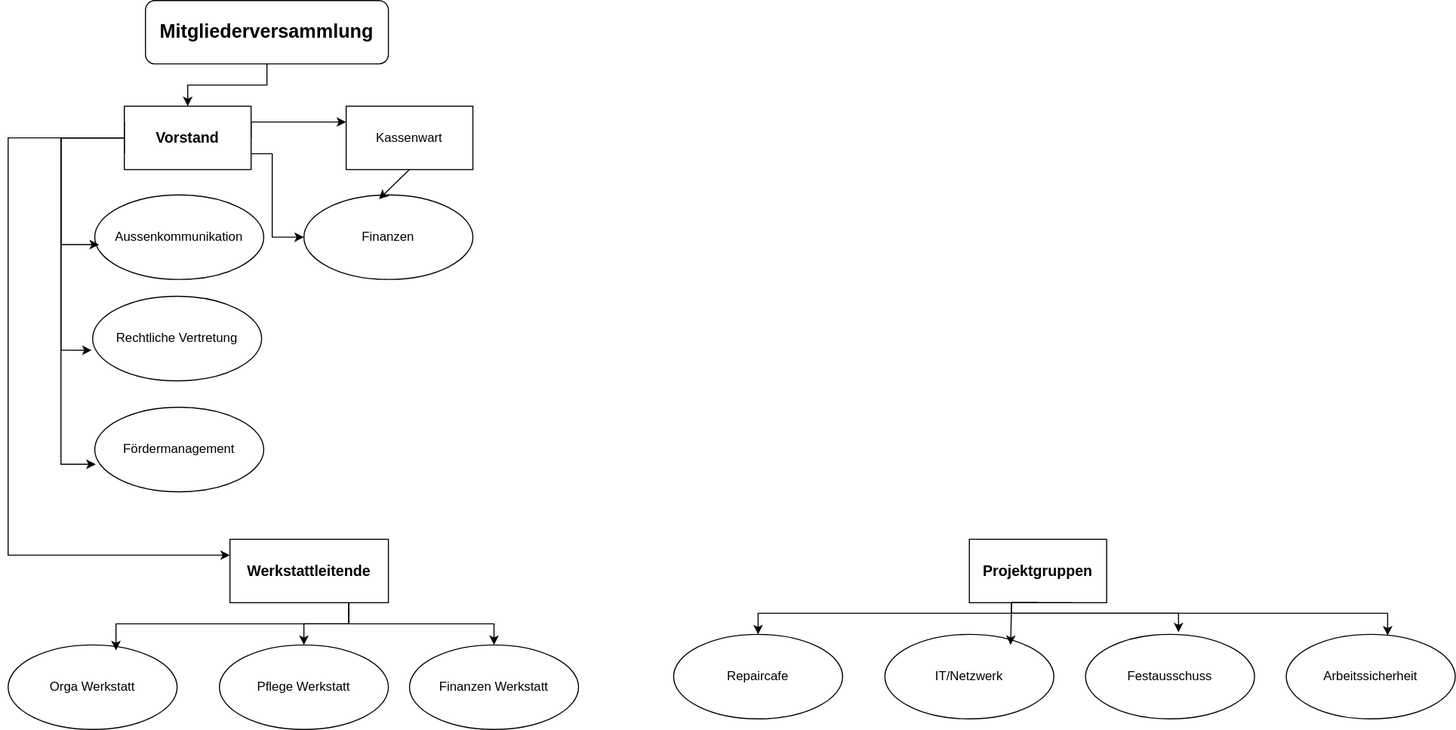
garagelab-dus/organigram keeps this draw.io diagram as Garagelab.drawio.svg. Above is the earlier version. Source tidied: cells renumbered, new cells last; positions are measured from the earlier drawing's top-left corner, leaving out a move shared by most shapes.
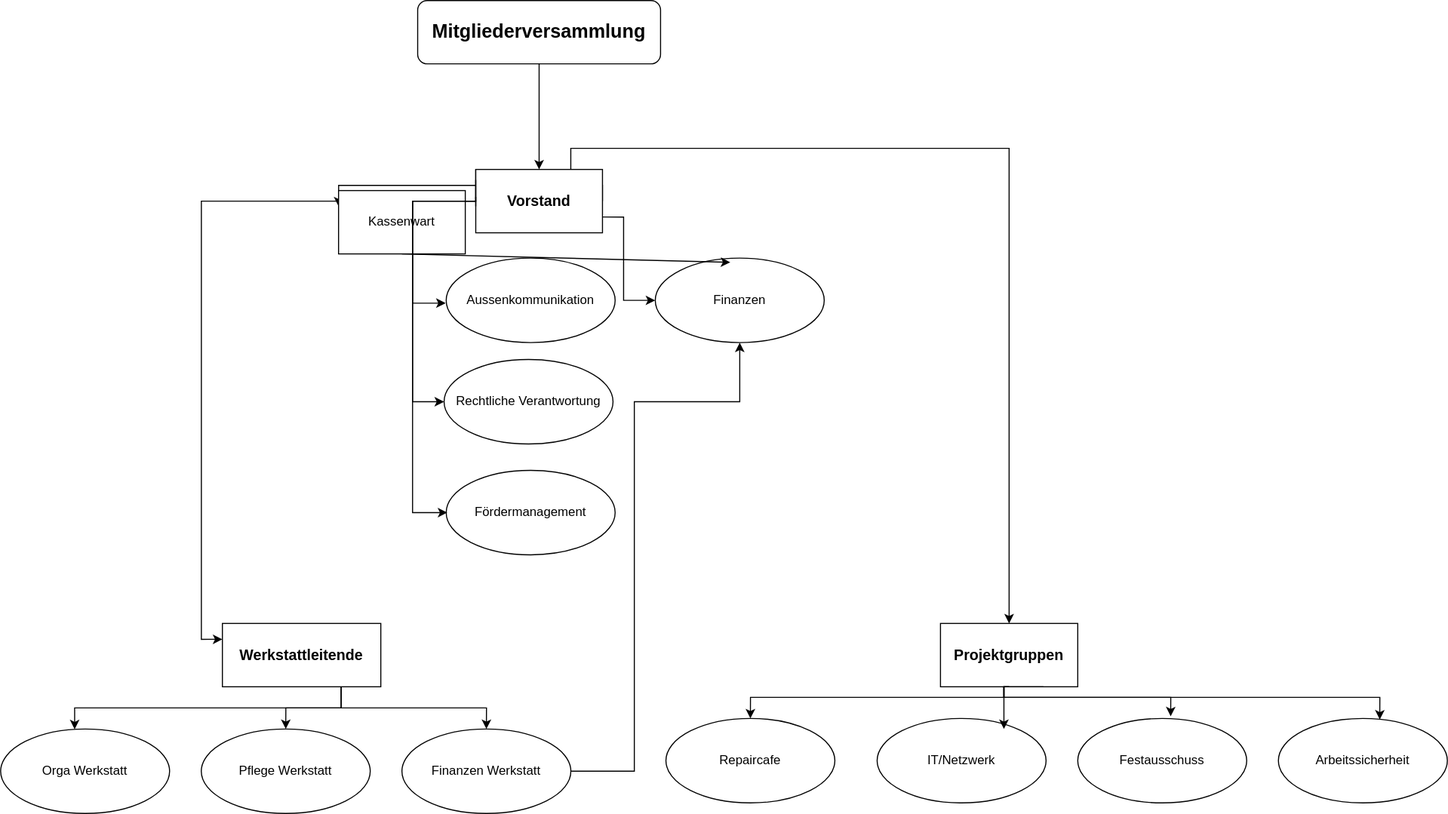
Above is the later version.

What changed in the source:
```diff
@@ -5,27 +5,30 @@
     <mxCell id="2" style="edgeStyle=orthogonalEdgeStyle;rounded=0;jettySize=auto;html=1;exitX=1;exitY=0.5;exitDx=0;exitDy=0;entryX=0;entryY=0.25;entryDx=0;entryDy=0;" parent="1" edge="1" source="4" target="6">
       <mxGeometry relative="1" as="geometry">
         <Array as="points">
-          <mxPoint x="230" y="115" />
+          <mxPoint x="569.9" y="95" />
         </Array>
       </mxGeometry>
     </mxCell>
     <mxCell id="3" style="edgeStyle=orthogonalEdgeStyle;rounded=0;jettySize=auto;html=1;exitX=0;exitY=0;exitDx=0;exitDy=0;entryX=0;entryY=0.25;entryDx=0;entryDy=0;" parent="1" edge="1" source="4" target="16">
       <mxGeometry relative="1" as="geometry">
         <Array as="points">
-          <mxPoint x="110" y="130" />
-          <mxPoint y="130" />
-          <mxPoint y="525" />
+          <mxPoint x="450" y="110" />
+          <mxPoint x="190" y="110" />
+          <mxPoint x="190" y="525" />
         </Array>
       </mxGeometry>
     </mxCell>
+    <mxCell id="33" style="edgeStyle=orthogonalEdgeStyle;rounded=0;jettySize=auto;html=1;exitX=0.75;exitY=0;exitDx=0;exitDy=0;entryX=0.5;entryY=0;entryDx=0;entryDy=0;" parent="1" edge="1" source="4" target="25">
+      <mxGeometry relative="1" as="geometry" />
+    </mxCell>
     <mxCell id="4" value="&lt;h3&gt;Vorstand&lt;/h3&gt;" style="rounded=0;whiteSpace=wrap;html=1;" parent="1" vertex="1">
-      <mxGeometry x="110" y="100" width="120" height="60" as="geometry" />
+      <mxGeometry x="449.9" y="80" width="120" height="60" as="geometry" />
     </mxCell>
     <mxCell id="5" style="edgeStyle=orthogonalEdgeStyle;rounded=0;jettySize=auto;html=1;entryX=0;entryY=0.5;entryDx=0;entryDy=0;exitX=1;exitY=0.75;exitDx=0;exitDy=0;" parent="1" edge="1" source="4" target="10">
       <mxGeometry relative="1" as="geometry">
         <Array as="points">
-          <mxPoint x="250" y="145" />
-          <mxPoint x="250" y="224" />
+          <mxPoint x="589.9" y="125" />
+          <mxPoint x="589.9" y="204" />
         </Array>
       </mxGeometry>
     </mxCell>
@@ -36,19 +39,19 @@
       <mxGeometry relative="1" as="geometry" />
     </mxCell>
     <mxCell id="8" value="&lt;h2&gt;Mitgliederversammlung&lt;/h2&gt;" style="rounded=1;whiteSpace=wrap;html=1;" parent="1" vertex="1">
-      <mxGeometry x="130" width="230" height="60" as="geometry" />
+      <mxGeometry x="394.9" y="-80" width="230" height="60" as="geometry" />
     </mxCell>
     <mxCell id="9" value="Aussenkommunikation" style="ellipse;whiteSpace=wrap;html=1;" parent="1" vertex="1">
-      <mxGeometry x="82" y="184" width="160" height="80" as="geometry" />
+      <mxGeometry x="421.9" y="164" width="160" height="80" as="geometry" />
     </mxCell>
     <mxCell id="10" value="Finanzen" style="ellipse;whiteSpace=wrap;html=1;" parent="1" vertex="1">
-      <mxGeometry x="280" y="184" width="160" height="80" as="geometry" />
+      <mxGeometry x="619.9" y="164" width="160" height="80" as="geometry" />
     </mxCell>
-    <mxCell id="11" value="Rechtliche Vertretung" style="ellipse;whiteSpace=wrap;html=1;" parent="1" vertex="1">
-      <mxGeometry x="80" y="280" width="160" height="80" as="geometry" />
+    <mxCell id="11" value="Rechtliche Verantwortung" style="ellipse;whiteSpace=wrap;html=1;" parent="1" vertex="1">
+      <mxGeometry x="419.9" y="260" width="160" height="80" as="geometry" />
     </mxCell>
     <mxCell id="12" value="Fördermanagement" style="ellipse;whiteSpace=wrap;html=1;" parent="1" vertex="1">
-      <mxGeometry x="82" y="385" width="160" height="80" as="geometry" />
+      <mxGeometry x="421.9" y="365" width="160" height="80" as="geometry" />
     </mxCell>
     <mxCell id="13" style="endArrow=classic;html=1;rounded=0;exitX=0.5;exitY=1;exitDx=0;exitDy=0;entryX=0.444;entryY=0.05;entryDx=0;entryDy=0;entryPerimeter=0;" parent="1" edge="1" source="6" target="10">
       <mxGeometry relative="1" as="geometry" />
@@ -66,37 +69,56 @@
       <mxGeometry y="610" width="160" height="80" as="geometry" />
     </mxCell>
     <mxCell id="18" value="Pflege Werkstatt" style="ellipse;whiteSpace=wrap;html=1;" parent="1" vertex="1">
-      <mxGeometry x="200" y="610" width="160" height="80" as="geometry" />
+      <mxGeometry x="190" y="610" width="160" height="80" as="geometry" />
     </mxCell>
+    <mxCell id="34" style="edgeStyle=orthogonalEdgeStyle;rounded=0;jettySize=auto;html=1;exitX=1;exitY=0.5;exitDx=0;exitDy=0;entryX=0.5;entryY=1;entryDx=0;entryDy=0;" parent="1" edge="1" source="19" target="10">
+      <mxGeometry relative="1" as="geometry">
+        <Array as="points">
+          <mxPoint x="600" y="650" />
+          <mxPoint x="600" y="300" />
+          <mxPoint x="700" y="300" />
+        </Array>
+      </mxGeometry>
+    </mxCell>
     <mxCell id="19" value="Finanzen Werkstatt" style="ellipse;whiteSpace=wrap;html=1;" parent="1" vertex="1">
       <mxGeometry x="380" y="610" width="160" height="80" as="geometry" />
     </mxCell>
-    <mxCell id="20" style="edgeStyle=orthogonalEdgeStyle;rounded=0;jettySize=auto;html=1;exitX=0.75;exitY=1;exitDx=0;exitDy=0;entryX=0.638;entryY=0.063;entryDx=0;entryDy=0;entryPerimeter=0;" parent="1" edge="1" source="16" target="17">
-      <mxGeometry relative="1" as="geometry" />
+    <mxCell id="20" style="edgeStyle=orthogonalEdgeStyle;rounded=0;jettySize=auto;html=1;exitX=0.75;exitY=1;exitDx=0;exitDy=0;" parent="1" edge="1" source="16" target="17">
+      <mxGeometry relative="1" as="geometry">
+        <Array as="points">
+          <mxPoint x="323" y="590" />
+          <mxPoint x="70" y="590" />
+        </Array>
+      </mxGeometry>
     </mxCell>
-    <mxCell id="21" style="edgeStyle=orthogonalEdgeStyle;rounded=0;jettySize=auto;html=1;exitX=0;exitY=0.5;exitDx=0;exitDy=0;entryX=0.025;entryY=0.588;entryDx=0;entryDy=0;entryPerimeter=0;" parent="1" edge="1" source="4" target="9">
+    <mxCell id="21" style="edgeStyle=orthogonalEdgeStyle;rounded=0;jettySize=auto;html=1;exitX=0;exitY=0.5;exitDx=0;exitDy=0;entryX=-0.003;entryY=0.533;entryDx=0;entryDy=0;entryPerimeter=0;" parent="1" edge="1" target="9">
       <mxGeometry relative="1" as="geometry">
+        <mxPoint x="449.9" y="106" as="sourcePoint" />
         <Array as="points">
-          <mxPoint x="50" y="130" />
-          <mxPoint x="50" y="231" />
+          <mxPoint x="450" y="110" />
+          <mxPoint x="390" y="110" />
+          <mxPoint x="390" y="207" />
         </Array>
       </mxGeometry>
     </mxCell>
-    <mxCell id="22" style="edgeStyle=orthogonalEdgeStyle;rounded=0;jettySize=auto;html=1;exitX=0;exitY=0.75;exitDx=0;exitDy=0;entryX=-0.006;entryY=0.638;entryDx=0;entryDy=0;entryPerimeter=0;" parent="1" edge="1" source="4" target="11">
+    <mxCell id="22" style="edgeStyle=orthogonalEdgeStyle;rounded=0;jettySize=auto;html=1;exitX=0;exitY=0.75;exitDx=0;exitDy=0;entryX=0;entryY=0.5;entryDx=0;entryDy=0;" parent="1" edge="1" target="11">
       <mxGeometry relative="1" as="geometry">
+        <mxPoint x="449.9" y="115" as="sourcePoint" />
         <Array as="points">
-          <mxPoint x="110" y="130" />
-          <mxPoint x="50" y="130" />
-          <mxPoint x="50" y="331" />
+          <mxPoint x="450" y="110" />
+          <mxPoint x="390" y="110" />
+          <mxPoint x="390" y="300" />
         </Array>
       </mxGeometry>
     </mxCell>
-    <mxCell id="23" style="edgeStyle=orthogonalEdgeStyle;rounded=0;jettySize=auto;html=1;exitX=0;exitY=0.25;exitDx=0;exitDy=0;entryX=0.006;entryY=0.675;entryDx=0;entryDy=0;entryPerimeter=0;" parent="1" edge="1" source="4" target="12">
+    <mxCell id="23" style="edgeStyle=orthogonalEdgeStyle;rounded=0;orthogonalLoop=1;jettySize=auto;html=1;exitX=0;exitY=0.25;exitDx=0;exitDy=0;" parent="1" edge="1">
       <mxGeometry relative="1" as="geometry">
+        <mxPoint x="449.9" y="90" as="sourcePoint" />
+        <mxPoint x="423" y="405" as="targetPoint" />
         <Array as="points">
-          <mxPoint x="110" y="130" />
-          <mxPoint x="50" y="130" />
-          <mxPoint x="50" y="439" />
+          <mxPoint x="450" y="110" />
+          <mxPoint x="390" y="110" />
+          <mxPoint x="390" y="405" />
         </Array>
       </mxGeometry>
     </mxCell>
@@ -110,7 +132,7 @@
       </mxGeometry>
     </mxCell>
     <mxCell id="25" value="&lt;h3&gt;Projektgruppen&lt;/h3&gt;" style="rounded=0;whiteSpace=wrap;html=1;" parent="1" vertex="1">
-      <mxGeometry x="910" y="510" width="130" height="60" as="geometry" />
+      <mxGeometry x="890" y="510" width="130" height="60" as="geometry" />
     </mxCell>
     <mxCell id="26" value="Repaircafe" style="ellipse;whiteSpace=wrap;html=1;" parent="1" vertex="1">
       <mxGeometry x="630" y="600" width="160" height="80" as="geometry" />
```
